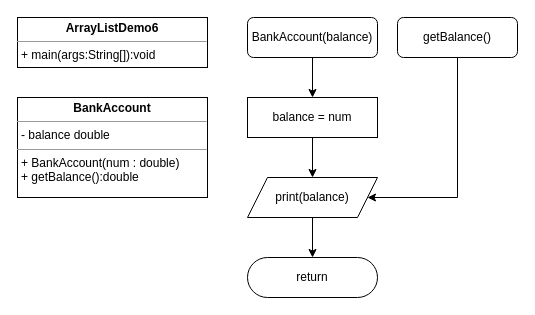
Before: eclipse-workspace/Lab2/src/Lab2.drawio in EthanLawr/CISC122, a draw.io diagram. Source tidied: cells renumbered, new cells numbered last; positions are measured from the earlier drawing's top-left corner, leaving out a move shared by most shapes. Both pictures are drawn from the tidied source at 100%, with x=0, y=0 at pixel (17, 17).
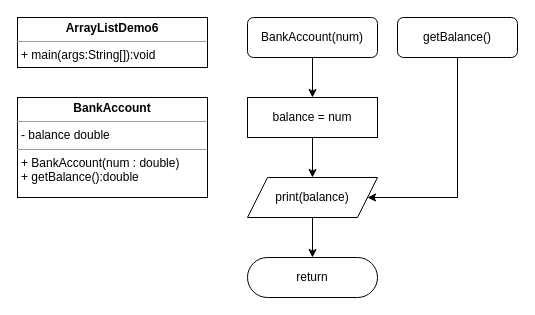
After the change.

The edit, as a diff of the source:
```diff
@@
 <mxGraphModel>
   <root>
     <mxCell id="0" />
     <mxCell id="1" parent="0" />
     <mxCell id="2" style="edgeStyle=orthogonalEdgeStyle;rounded=0;html=1;dashed=1;labelBackgroundColor=none;startFill=0;endArrow=open;endFill=0;endSize=10;fontFamily=Verdana;fontSize=10;" parent="1" edge="1">
       <mxGeometry relative="1" as="geometry">
         <mxPoint x="670" y="523" as="sourcePoint" />
       </mxGeometry>
     </mxCell>
     <mxCell id="3" value="&lt;p style=&quot;margin:0px;margin-top:4px;text-align:center;&quot;&gt;&lt;b&gt;ArrayListDemo6&lt;/b&gt;&lt;br&gt;&lt;/p&gt;&lt;hr size=&quot;1&quot;&gt;&lt;p style=&quot;margin:0px;margin-left:4px;&quot;&gt;+ main(args:String[]):void&lt;/p&gt;&lt;hr size=&quot;1&quot;&gt;&lt;p style=&quot;margin:0px;margin-left:4px;&quot;&gt;&lt;br&gt;&lt;/p&gt;" style="verticalAlign=top;align=left;overflow=fill;fontSize=12;fontFamily=Helvetica;html=1;rounded=0;shadow=0;comic=0;labelBackgroundColor=none;strokeWidth=1;" parent="1" vertex="1">
       <mxGeometry width="190" height="50" as="geometry" />
     </mxCell>
     <mxCell id="4" value="&lt;p style=&quot;margin:0px;margin-top:4px;text-align:center;&quot;&gt;&lt;b&gt;BankAccount&lt;/b&gt;&lt;br&gt;&lt;/p&gt;&lt;hr size=&quot;1&quot;&gt;&lt;p style=&quot;margin:0px;margin-left:4px;&quot;&gt;- balance double&lt;/p&gt;&lt;hr size=&quot;1&quot;&gt;&lt;p style=&quot;margin:0px;margin-left:4px;&quot;&gt;+ BankAccount(num : double)&lt;/p&gt;&lt;p style=&quot;margin:0px;margin-left:4px;&quot;&gt;+ getBalance():double&lt;/p&gt;" style="verticalAlign=top;align=left;overflow=fill;fontSize=12;fontFamily=Helvetica;html=1;rounded=0;shadow=0;comic=0;labelBackgroundColor=none;strokeWidth=1;" parent="1" vertex="1">
       <mxGeometry y="80" width="190" height="100" as="geometry" />
     </mxCell>
     <mxCell id="5" style="edgeStyle=orthogonalEdgeStyle;rounded=0;jettySize=auto;html=1;entryX=0.5;entryY=0;entryDx=0;entryDy=0;" parent="1" edge="1" source="6" target="10">
       <mxGeometry relative="1" as="geometry" />
     </mxCell>
-    <mxCell id="6" value="BankAccount(balance)" style="rounded=1;whiteSpace=wrap;html=1;" parent="1" vertex="1">
+    <mxCell id="6" value="BankAccount(num)" style="rounded=1;whiteSpace=wrap;html=1;" parent="1" vertex="1">
       <mxGeometry x="230" width="130" height="40" as="geometry" />
     </mxCell>
     <mxCell id="7" style="edgeStyle=orthogonalEdgeStyle;rounded=0;jettySize=auto;html=1;entryX=1;entryY=0.5;entryDx=0;entryDy=0;" parent="1" edge="1" source="8" target="12">
       <mxGeometry relative="1" as="geometry">
         <Array as="points">
           <mxPoint x="440" y="180" />
         </Array>
       </mxGeometry>
     </mxCell>
     <mxCell id="8" value="getBalance()" style="rounded=1;whiteSpace=wrap;html=1;" parent="1" vertex="1">
       <mxGeometry x="380" width="120" height="40" as="geometry" />
     </mxCell>
     <mxCell id="9" style="edgeStyle=orthogonalEdgeStyle;rounded=0;jettySize=auto;html=1;entryX=0.5;entryY=0;entryDx=0;entryDy=0;" parent="1" edge="1" source="10" target="12">
       <mxGeometry relative="1" as="geometry" />
     </mxCell>
     <mxCell id="10" value="balance = num" style="rounded=0;whiteSpace=wrap;html=1;" parent="1" vertex="1">
       <mxGeometry x="230" y="80" width="130" height="40" as="geometry" />
     </mxCell>
     <mxCell id="11" style="edgeStyle=orthogonalEdgeStyle;rounded=0;jettySize=auto;html=1;entryX=0.5;entryY=0.5;entryDx=0;entryDy=-20;entryPerimeter=0;" parent="1" edge="1" source="12" target="13">
       <mxGeometry relative="1" as="geometry" />
     </mxCell>
     <mxCell id="12" value="print(balance)" style="shape=parallelogram;perimeter=parallelogramPerimeter;whiteSpace=wrap;html=1;fixedSize=1;" parent="1" vertex="1">
       <mxGeometry x="230" y="160" width="130" height="40" as="geometry" />
     </mxCell>
     <mxCell id="13" value="return" style="html=1;dashed=0;whiteSpace=wrap;shape=mxgraph.dfd.start;" parent="1" vertex="1">
       <mxGeometry x="230" y="240" width="130" height="40" as="geometry" />
     </mxCell>
   </root>
 </mxGraphModel>
```
